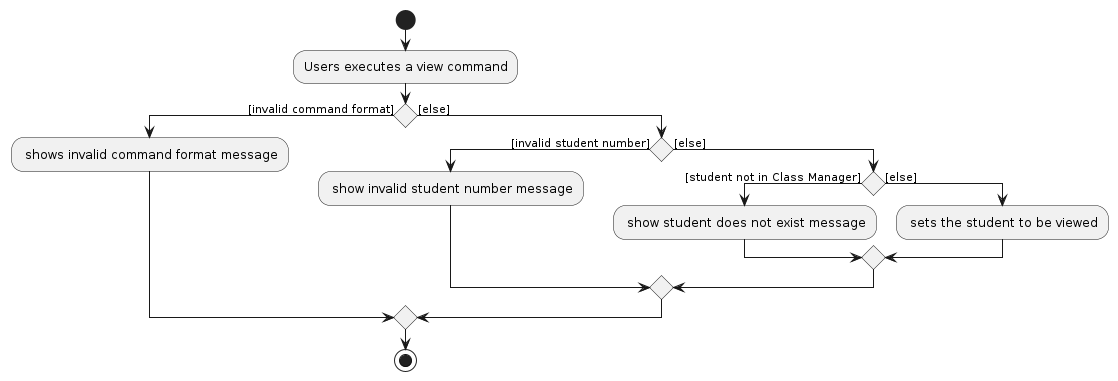
Above: diagrams/ViewCommandActivityDiagram.png in AY2324S1-CS2103T-T11-1/tp (PlantUML), before the change. Its source is kept beside it as diagrams/ViewCommandActivityDiagram.puml. Source of this version:
```plantuml
@startuml
start
:Users executes a view command;

if () then ([invalid command format])
    : shows invalid command format message;
else ([else])
    if () then ([invalid student number])
        : show invalid student number message;
    else ([else])
        if () then ([student not in Class Manager])
            : show student does not exist message;
        else ([else])
            : sets the student to be viewed;
        endif
    endif
endif
stop
@enduml
```
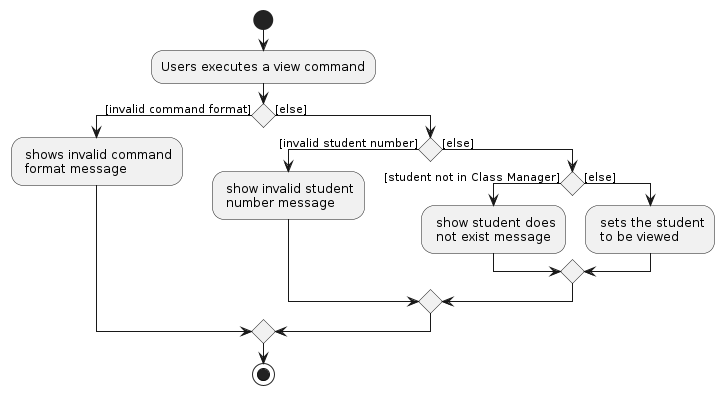
Above is the later version.

What changed in the source:
```diff
@@ -3,15 +3,15 @@
 :Users executes a view command;
 
 if () then ([invalid command format])
-    : shows invalid command format message;
+    : shows invalid command\n format message;
 else ([else])
     if () then ([invalid student number])
-        : show invalid student number message;
+        : show invalid student\n number message;
     else ([else])
         if () then ([student not in Class Manager])
-            : show student does not exist message;
+            : show student does\n not exist message;
         else ([else])
-            : sets the student to be viewed;
+            : sets the student\n to be viewed;
         endif
     endif
 endif
```
